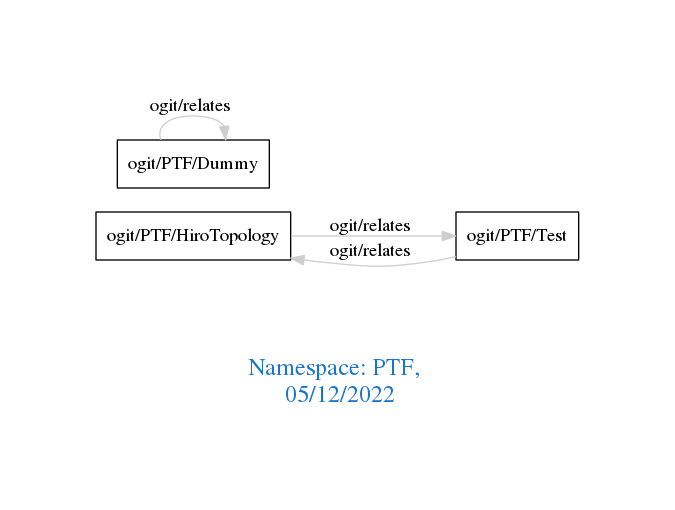
Before: downloads/PTF.png, a diagram exported from Graphviz (arago/OGIT). Its source is kept beside it as downloads/PTF.dot.
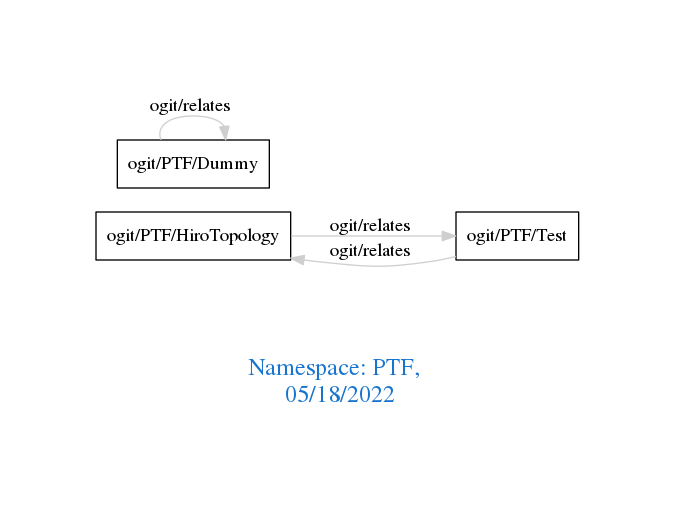
Later version of the same file.

Diff of the diagram source:
```diff
@@ -1,7 +1,7 @@
 digraph OGIT_ontology {
  graph [ rankdir= LR,pad=1
 fontsize = 18,
-fontcolor= dodgerblue3,label = "\n\n\nNamespace: PTF, \n 05/12/2022"];
+fontcolor= dodgerblue3,label = "\n\n\nNamespace: PTF, \n 05/18/2022"];
 node[shape=polygon];
 edge [  color="gray81"];
 
```
